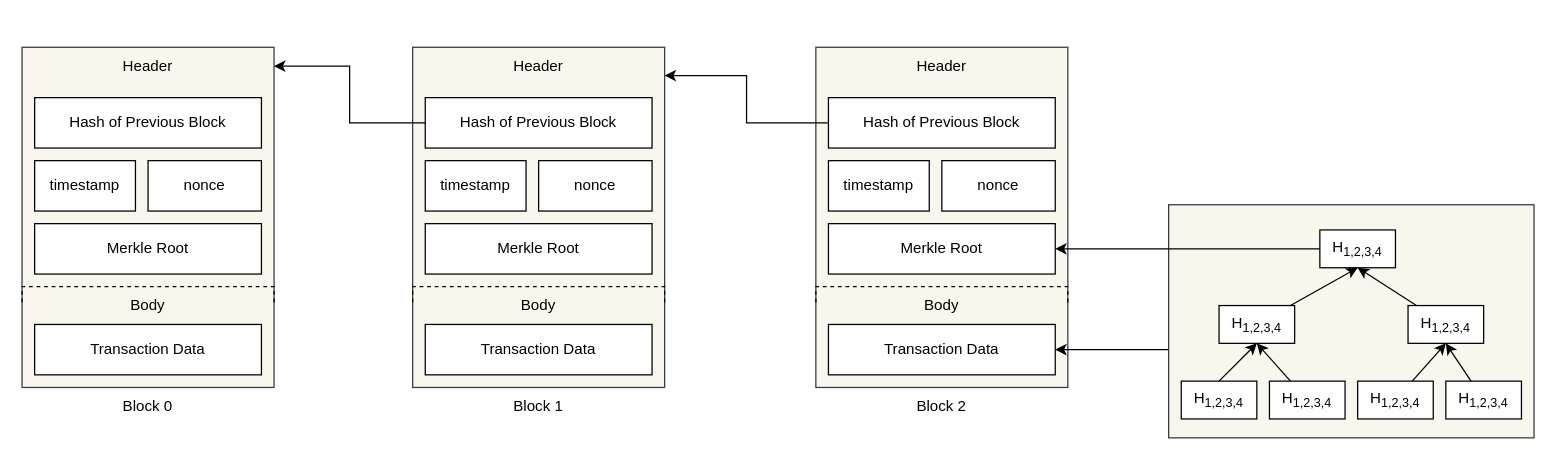
Earlier version of the draw.io diagram page "blockchain-structure" (1 of 15) of documents/master.drawio (phamhongphuc1999/account-abstraction-app). Source tidied: cells renumbered, new cells numbered last; positions are measured from the earlier drawing's top-left corner, leaving out a move shared by most shapes. Both pictures are drawn from the tidied source at 126%, with x=0, y=0 at pixel (21, 47).
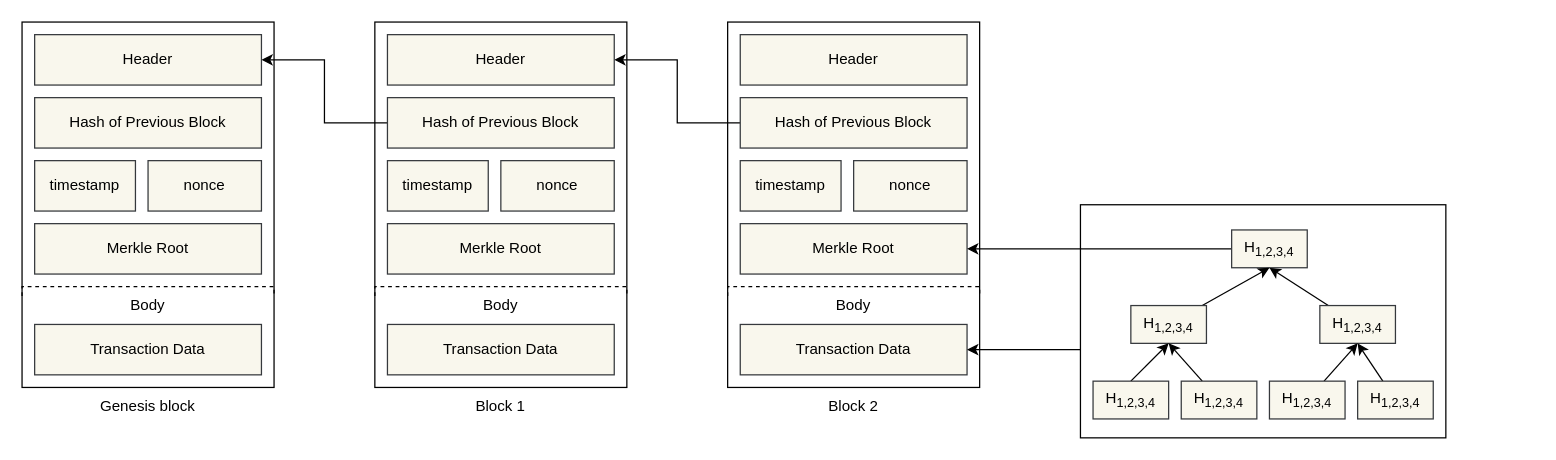
The same page after the edit.

Diff of the diagram source:
```diff
@@
-    <mxCell id="2" style="rounded=0;whiteSpace=wrap;html=1;fillColor=#f9f7ed;strokeColor=#36393d;" parent="1" vertex="1">
-      <mxGeometry width="200" height="270" as="geometry" />
+    <mxCell id="2" style="rounded=0;whiteSpace=wrap;html=1;" parent="1" vertex="1">
+      <mxGeometry y="-20" width="200" height="290" as="geometry" />
     </mxCell>
-    <mxCell id="3" value="Header" style="text;html=1;align=center;verticalAlign=middle;whiteSpace=wrap;rounded=0;" parent="1" vertex="1">
-      <mxGeometry width="200" height="30" as="geometry" />
-    </mxCell>
-    <mxCell id="4" value="Hash of Previous Block" style="rounded=0;whiteSpace=wrap;html=1;" parent="1" vertex="1">
+    <mxCell id="4" value="Hash of Previous Block" style="rounded=0;whiteSpace=wrap;html=1;fillColor=#f9f7ed;strokeColor=#36393d;" parent="1" vertex="1">
       <mxGeometry x="10" y="40" width="180" height="40" as="geometry" />
     </mxCell>
-    <mxCell id="5" value="timestamp" style="rounded=0;whiteSpace=wrap;html=1;" parent="1" vertex="1">
+    <mxCell id="5" value="timestamp" style="rounded=0;whiteSpace=wrap;html=1;fillColor=#f9f7ed;strokeColor=#36393d;" parent="1" vertex="1">
       <mxGeometry x="10" y="90" width="80" height="40" as="geometry" />
     </mxCell>
-    <mxCell id="6" value="nonce" style="rounded=0;whiteSpace=wrap;html=1;" parent="1" vertex="1">
+    <mxCell id="6" value="nonce" style="rounded=0;whiteSpace=wrap;html=1;fillColor=#f9f7ed;strokeColor=#36393d;" parent="1" vertex="1">
       <mxGeometry x="100" y="90" width="90" height="40" as="geometry" />
     </mxCell>
-    <mxCell id="7" value="Merkle Root" style="rounded=0;whiteSpace=wrap;html=1;" parent="1" vertex="1">
+    <mxCell id="7" value="Merkle Root" style="rounded=0;whiteSpace=wrap;html=1;fillColor=#f9f7ed;strokeColor=#36393d;" parent="1" vertex="1">
       <mxGeometry x="10" y="140" width="180" height="40" as="geometry" />
     </mxCell>
@@
-    <mxCell id="10" value="Transaction Data" style="rounded=0;whiteSpace=wrap;html=1;" parent="1" vertex="1">
+    <mxCell id="10" value="Transaction Data" style="rounded=0;whiteSpace=wrap;html=1;fillColor=#f9f7ed;strokeColor=#36393d;" parent="1" vertex="1">
       <mxGeometry x="10" y="220" width="180" height="40" as="geometry" />
     </mxCell>
-    <mxCell id="11" style="rounded=0;whiteSpace=wrap;html=1;fillColor=#f9f7ed;strokeColor=#36393d;" parent="1" vertex="1">
-      <mxGeometry x="310" width="200" height="270" as="geometry" />
+    <mxCell id="11" style="rounded=0;whiteSpace=wrap;html=1;" parent="1" vertex="1">
+      <mxGeometry x="280" y="-20" width="200" height="290" as="geometry" />
     </mxCell>
-    <mxCell id="12" value="Header" style="text;html=1;align=center;verticalAlign=middle;whiteSpace=wrap;rounded=0;" parent="1" vertex="1">
-      <mxGeometry x="310" width="200" height="30" as="geometry" />
-    </mxCell>
-    <mxCell id="13" style="edgeStyle=orthogonalEdgeStyle;rounded=0;jettySize=auto;html=1;entryX=1;entryY=0.5;entryDx=0;entryDy=0;" parent="1" edge="1" source="14" target="3">
-      <mxGeometry relative="1" as="geometry" />
-    </mxCell>
+    <mxCell id="50" style="edgeStyle=orthogonalEdgeStyle;rounded=0;jettySize=auto;html=1;entryX=1;entryY=0.5;entryDx=0;entryDy=0;" parent="1" edge="1" source="14" target="52">
+      <mxGeometry relative="1" as="geometry" />
+    </mxCell>
-    <mxCell id="14" value="Hash of Previous Block" style="rounded=0;whiteSpace=wrap;html=1;" parent="1" vertex="1">
-      <mxGeometry x="320" y="40" width="180" height="40" as="geometry" />
+    <mxCell id="14" value="Hash of Previous Block" style="rounded=0;whiteSpace=wrap;html=1;fillColor=#f9f7ed;strokeColor=#36393d;" parent="1" vertex="1">
+      <mxGeometry x="290" y="40" width="180" height="40" as="geometry" />
     </mxCell>
-    <mxCell id="15" value="timestamp" style="rounded=0;whiteSpace=wrap;html=1;" parent="1" vertex="1">
-      <mxGeometry x="320" y="90" width="80" height="40" as="geometry" />
+    <mxCell id="15" value="timestamp" style="rounded=0;whiteSpace=wrap;html=1;fillColor=#f9f7ed;strokeColor=#36393d;" parent="1" vertex="1">
+      <mxGeometry x="290" y="90" width="80" height="40" as="geometry" />
     </mxCell>
-    <mxCell id="16" value="nonce" style="rounded=0;whiteSpace=wrap;html=1;" parent="1" vertex="1">
-      <mxGeometry x="410" y="90" width="90" height="40" as="geometry" />
+    <mxCell id="16" value="nonce" style="rounded=0;whiteSpace=wrap;html=1;fillColor=#f9f7ed;strokeColor=#36393d;" parent="1" vertex="1">
+      <mxGeometry x="380" y="90" width="90" height="40" as="geometry" />
     </mxCell>
-    <mxCell id="17" value="Merkle Root" style="rounded=0;whiteSpace=wrap;html=1;" parent="1" vertex="1">
-      <mxGeometry x="320" y="140" width="180" height="40" as="geometry" />
+    <mxCell id="17" value="Merkle Root" style="rounded=0;whiteSpace=wrap;html=1;fillColor=#f9f7ed;strokeColor=#36393d;" parent="1" vertex="1">
+      <mxGeometry x="290" y="140" width="180" height="40" as="geometry" />
     </mxCell>
     <mxCell id="18" style="edgeStyle=orthogonalEdgeStyle;rounded=0;orthogonalLoop=1;jettySize=auto;html=1;exitX=0;exitY=0.75;exitDx=0;exitDy=0;entryX=1;entryY=0.75;entryDx=0;entryDy=0;endArrow=none;endFill=0;dashed=1;" parent="1" edge="1" source="11" target="11">
       <mxGeometry relative="1" as="geometry">
         <Array as="points">
-          <mxPoint x="410" y="190" />
-          <mxPoint x="410" y="190" />
+          <mxPoint x="380" y="190" />
+          <mxPoint x="380" y="190" />
         </Array>
       </mxGeometry>
     </mxCell>
     <mxCell id="19" value="Body" style="text;html=1;align=center;verticalAlign=middle;whiteSpace=wrap;rounded=0;" parent="1" vertex="1">
-      <mxGeometry x="310" y="190" width="200" height="30" as="geometry" />
+      <mxGeometry x="280" y="190" width="200" height="30" as="geometry" />
     </mxCell>
-    <mxCell id="20" value="Transaction Data" style="rounded=0;whiteSpace=wrap;html=1;" parent="1" vertex="1">
-      <mxGeometry x="320" y="220" width="180" height="40" as="geometry" />
+    <mxCell id="20" value="Transaction Data" style="rounded=0;whiteSpace=wrap;html=1;fillColor=#f9f7ed;strokeColor=#36393d;" parent="1" vertex="1">
+      <mxGeometry x="290" y="220" width="180" height="40" as="geometry" />
     </mxCell>
-    <mxCell id="21" style="rounded=0;whiteSpace=wrap;html=1;fillColor=#f9f7ed;strokeColor=#36393d;" parent="1" vertex="1">
-      <mxGeometry x="630" width="200" height="270" as="geometry" />
+    <mxCell id="21" style="rounded=0;whiteSpace=wrap;html=1;" parent="1" vertex="1">
+      <mxGeometry x="560" y="-20" width="200" height="290" as="geometry" />
     </mxCell>
-    <mxCell id="22" value="Header" style="text;html=1;align=center;verticalAlign=middle;whiteSpace=wrap;rounded=0;" parent="1" vertex="1">
-      <mxGeometry x="630" width="200" height="30" as="geometry" />
-    </mxCell>
-    <mxCell id="23" style="edgeStyle=orthogonalEdgeStyle;rounded=0;jettySize=auto;html=1;entryX=1;entryY=0.75;entryDx=0;entryDy=0;" parent="1" edge="1" source="24" target="12">
-      <mxGeometry relative="1" as="geometry" />
-    </mxCell>
+    <mxCell id="51" style="edgeStyle=orthogonalEdgeStyle;rounded=0;jettySize=auto;html=1;entryX=1;entryY=0.5;entryDx=0;entryDy=0;" parent="1" edge="1" source="24" target="53">
+      <mxGeometry relative="1" as="geometry" />
+    </mxCell>
-    <mxCell id="24" value="Hash of Previous Block" style="rounded=0;whiteSpace=wrap;html=1;" parent="1" vertex="1">
-      <mxGeometry x="640" y="40" width="180" height="40" as="geometry" />
+    <mxCell id="24" value="Hash of Previous Block" style="rounded=0;whiteSpace=wrap;html=1;fillColor=#f9f7ed;strokeColor=#36393d;" parent="1" vertex="1">
+      <mxGeometry x="570" y="40" width="180" height="40" as="geometry" />
     </mxCell>
-    <mxCell id="25" value="timestamp" style="rounded=0;whiteSpace=wrap;html=1;" parent="1" vertex="1">
-      <mxGeometry x="640" y="90" width="80" height="40" as="geometry" />
+    <mxCell id="25" value="timestamp" style="rounded=0;whiteSpace=wrap;html=1;fillColor=#f9f7ed;strokeColor=#36393d;" parent="1" vertex="1">
+      <mxGeometry x="570" y="90" width="80" height="40" as="geometry" />
     </mxCell>
-    <mxCell id="26" value="nonce" style="rounded=0;whiteSpace=wrap;html=1;" parent="1" vertex="1">
-      <mxGeometry x="730" y="90" width="90" height="40" as="geometry" />
+    <mxCell id="26" value="nonce" style="rounded=0;whiteSpace=wrap;html=1;fillColor=#f9f7ed;strokeColor=#36393d;" parent="1" vertex="1">
+      <mxGeometry x="660" y="90" width="90" height="40" as="geometry" />
     </mxCell>
-    <mxCell id="27" value="Merkle Root" style="rounded=0;whiteSpace=wrap;html=1;" parent="1" vertex="1">
-      <mxGeometry x="640" y="140" width="180" height="40" as="geometry" />
+    <mxCell id="27" value="Merkle Root" style="rounded=0;whiteSpace=wrap;html=1;fillColor=#f9f7ed;strokeColor=#36393d;" parent="1" vertex="1">
+      <mxGeometry x="570" y="140" width="180" height="40" as="geometry" />
     </mxCell>
     <mxCell id="28" style="edgeStyle=orthogonalEdgeStyle;rounded=0;orthogonalLoop=1;jettySize=auto;html=1;exitX=0;exitY=0.75;exitDx=0;exitDy=0;entryX=1;entryY=0.75;entryDx=0;entryDy=0;endArrow=none;endFill=0;dashed=1;" parent="1" edge="1" source="21" target="21">
       <mxGeometry relative="1" as="geometry">
         <Array as="points">
-          <mxPoint x="730" y="190" />
-          <mxPoint x="730" y="190" />
+          <mxPoint x="660" y="190" />
+          <mxPoint x="660" y="190" />
         </Array>
       </mxGeometry>
     </mxCell>
     <mxCell id="29" value="Body" style="text;html=1;align=center;verticalAlign=middle;whiteSpace=wrap;rounded=0;" parent="1" vertex="1">
-      <mxGeometry x="630" y="190" width="200" height="30" as="geometry" />
+      <mxGeometry x="560" y="190" width="200" height="30" as="geometry" />
     </mxCell>
-    <mxCell id="30" value="Transaction Data" style="rounded=0;whiteSpace=wrap;html=1;" parent="1" vertex="1">
-      <mxGeometry x="640" y="220" width="180" height="40" as="geometry" />
+    <mxCell id="30" value="Transaction Data" style="rounded=0;whiteSpace=wrap;html=1;fillColor=#f9f7ed;strokeColor=#36393d;" parent="1" vertex="1">
+      <mxGeometry x="570" y="220" width="180" height="40" as="geometry" />
     </mxCell>
@@
-    <mxCell id="32" style="rounded=0;whiteSpace=wrap;html=1;fillColor=#f9f7ed;strokeColor=#36393d;" parent="1" vertex="1">
-      <mxGeometry x="910" y="125" width="290" height="185" as="geometry" />
+    <mxCell id="32" style="rounded=0;whiteSpace=wrap;html=1;" parent="1" vertex="1">
+      <mxGeometry x="840" y="125" width="290" height="185" as="geometry" />
     </mxCell>
@@
-    <mxCell id="34" value="H&lt;sub&gt;1,2,3,4&lt;/sub&gt;" style="rounded=0;whiteSpace=wrap;html=1;" parent="1" vertex="1">
-      <mxGeometry x="1030" y="145" width="60" height="30" as="geometry" />
+    <mxCell id="34" value="H&lt;sub&gt;1,2,3,4&lt;/sub&gt;" style="rounded=0;whiteSpace=wrap;html=1;fillColor=#f9f7ed;strokeColor=#36393d;" parent="1" vertex="1">
+      <mxGeometry x="960" y="145" width="60" height="30" as="geometry" />
     </mxCell>
@@
-    <mxCell id="36" value="H&lt;sub&gt;1,2,3,4&lt;/sub&gt;" style="rounded=0;whiteSpace=wrap;html=1;" parent="1" vertex="1">
-      <mxGeometry x="950" y="205" width="60" height="30" as="geometry" />
+    <mxCell id="36" value="H&lt;sub&gt;1,2,3,4&lt;/sub&gt;" style="rounded=0;whiteSpace=wrap;html=1;fillColor=#f9f7ed;strokeColor=#36393d;" parent="1" vertex="1">
+      <mxGeometry x="880" y="205" width="60" height="30" as="geometry" />
     </mxCell>
     <mxCell id="37" style="rounded=0;jettySize=auto;html=1;" parent="1" edge="1" source="38">
       <mxGeometry relative="1" as="geometry">
-        <mxPoint x="1060" y="175" as="targetPoint" />
+        <mxPoint x="990" y="175" as="targetPoint" />
       </mxGeometry>
     </mxCell>
-    <mxCell id="38" value="H&lt;sub&gt;1,2,3,4&lt;/sub&gt;" style="rounded=0;whiteSpace=wrap;html=1;" parent="1" vertex="1">
-      <mxGeometry x="1100" y="205" width="60" height="30" as="geometry" />
+    <mxCell id="38" value="H&lt;sub&gt;1,2,3,4&lt;/sub&gt;" style="rounded=0;whiteSpace=wrap;html=1;fillColor=#f9f7ed;strokeColor=#36393d;" parent="1" vertex="1">
+      <mxGeometry x="1030" y="205" width="60" height="30" as="geometry" />
     </mxCell>
@@
-    <mxCell id="40" value="H&lt;sub&gt;1,2,3,4&lt;/sub&gt;" style="rounded=0;whiteSpace=wrap;html=1;" parent="1" vertex="1">
-      <mxGeometry x="920" y="265" width="60" height="30" as="geometry" />
+    <mxCell id="40" value="H&lt;sub&gt;1,2,3,4&lt;/sub&gt;" style="rounded=0;whiteSpace=wrap;html=1;fillColor=#f9f7ed;strokeColor=#36393d;" parent="1" vertex="1">
+      <mxGeometry x="850" y="265" width="60" height="30" as="geometry" />
     </mxCell>
@@
-    <mxCell id="42" value="H&lt;sub&gt;1,2,3,4&lt;/sub&gt;" style="rounded=0;whiteSpace=wrap;html=1;" parent="1" vertex="1">
-      <mxGeometry x="990" y="265" width="60" height="30" as="geometry" />
+    <mxCell id="42" value="H&lt;sub&gt;1,2,3,4&lt;/sub&gt;" style="rounded=0;whiteSpace=wrap;html=1;fillColor=#f9f7ed;strokeColor=#36393d;" parent="1" vertex="1">
+      <mxGeometry x="920" y="265" width="60" height="30" as="geometry" />
     </mxCell>
@@
-    <mxCell id="44" value="H&lt;sub&gt;1,2,3,4&lt;/sub&gt;" style="rounded=0;whiteSpace=wrap;html=1;" parent="1" vertex="1">
-      <mxGeometry x="1060" y="265" width="60" height="30" as="geometry" />
+    <mxCell id="44" value="H&lt;sub&gt;1,2,3,4&lt;/sub&gt;" style="rounded=0;whiteSpace=wrap;html=1;fillColor=#f9f7ed;strokeColor=#36393d;" parent="1" vertex="1">
+      <mxGeometry x="990" y="265" width="60" height="30" as="geometry" />
     </mxCell>
     <mxCell id="45" style="rounded=0;jettySize=auto;html=1;" parent="1" edge="1" source="46">
       <mxGeometry relative="1" as="geometry">
-        <mxPoint x="1130" y="235" as="targetPoint" />
+        <mxPoint x="1060" y="235" as="targetPoint" />
       </mxGeometry>
     </mxCell>
-    <mxCell id="46" value="H&lt;sub&gt;1,2,3,4&lt;/sub&gt;" style="rounded=0;whiteSpace=wrap;html=1;" parent="1" vertex="1">
-      <mxGeometry x="1130" y="265" width="60" height="30" as="geometry" />
+    <mxCell id="46" value="H&lt;sub&gt;1,2,3,4&lt;/sub&gt;" style="rounded=0;whiteSpace=wrap;html=1;fillColor=#f9f7ed;strokeColor=#36393d;" parent="1" vertex="1">
+      <mxGeometry x="1060" y="265" width="60" height="30" as="geometry" />
     </mxCell>
-    <mxCell id="47" value="Block 0" style="text;html=1;align=center;verticalAlign=middle;whiteSpace=wrap;rounded=0;" parent="1" vertex="1">
+    <mxCell id="47" value="Genesis block" style="text;html=1;align=center;verticalAlign=middle;whiteSpace=wrap;rounded=0;" parent="1" vertex="1">
       <mxGeometry y="270" width="200" height="30" as="geometry" />
     </mxCell>
     <mxCell id="48" value="Block 1" style="text;html=1;align=center;verticalAlign=middle;whiteSpace=wrap;rounded=0;" parent="1" vertex="1">
-      <mxGeometry x="310" y="270" width="200" height="30" as="geometry" />
+      <mxGeometry x="280" y="270" width="200" height="30" as="geometry" />
     </mxCell>
     <mxCell id="49" value="Block 2" style="text;html=1;align=center;verticalAlign=middle;whiteSpace=wrap;rounded=0;" parent="1" vertex="1">
-      <mxGeometry x="630" y="270" width="200" height="30" as="geometry" />
+      <mxGeometry x="560" y="270" width="200" height="30" as="geometry" />
     </mxCell>
+    <mxCell id="52" value="Header" style="rounded=0;whiteSpace=wrap;html=1;fillColor=#f9f7ed;strokeColor=#36393d;" parent="1" vertex="1">
+      <mxGeometry x="10" y="-10" width="180" height="40" as="geometry" />
+    </mxCell>
+    <mxCell id="53" value="Header" style="rounded=0;whiteSpace=wrap;html=1;fillColor=#f9f7ed;strokeColor=#36393d;" parent="1" vertex="1">
+      <mxGeometry x="290" y="-10" width="180" height="40" as="geometry" />
+    </mxCell>
+    <mxCell id="54" value="Header" style="rounded=0;whiteSpace=wrap;html=1;fillColor=#f9f7ed;strokeColor=#36393d;" parent="1" vertex="1">
+      <mxGeometry x="570" y="-10" width="180" height="40" as="geometry" />
+    </mxCell>
```
